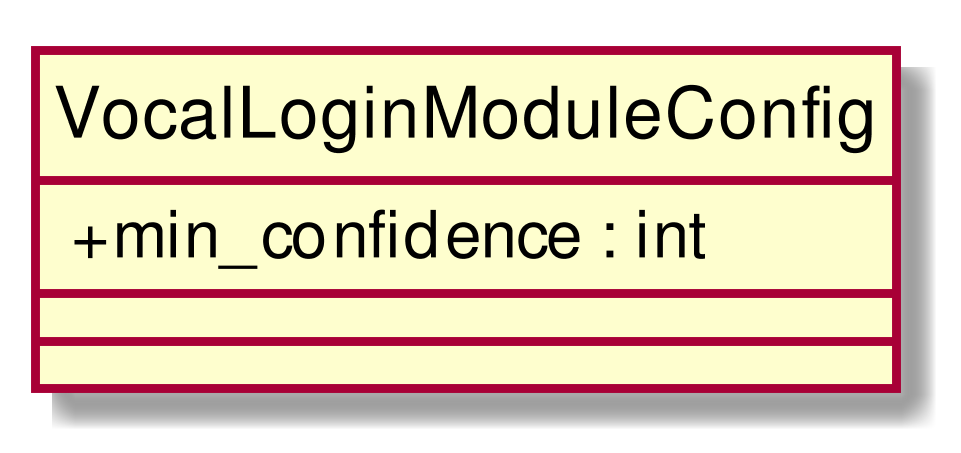
The PlantUML diagram RP/Esterni/DefinizioneDiProdotto/images/ClassVocalLoginModuleConfig.png in CoCodeSWE/Docs, before a commit.
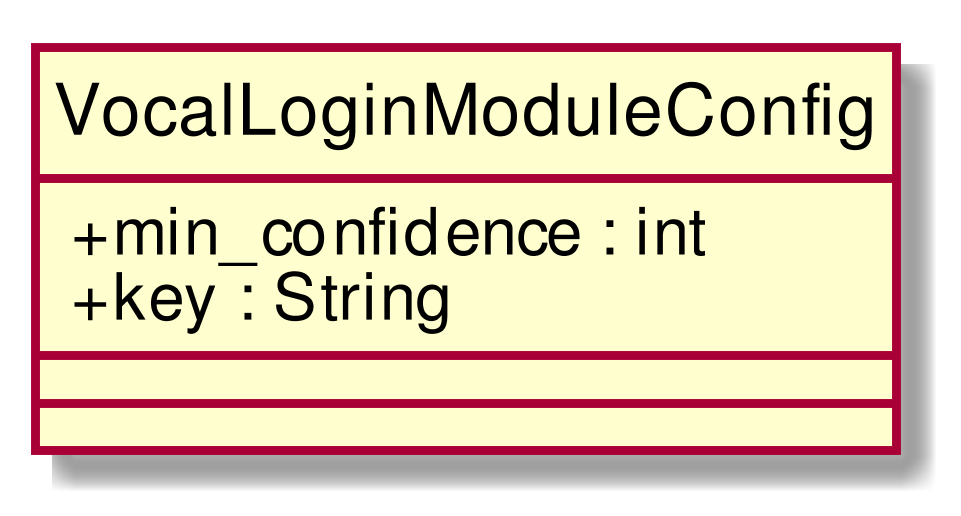
After the change.

Diff of the diagram source:
```diff
@@ -3,6 +3,7 @@
 skinparam classAttributeIconSize 0
 class VocalLoginModuleConfig{
 + min_confidence : int
++ key : String
 __
 __
 
```
